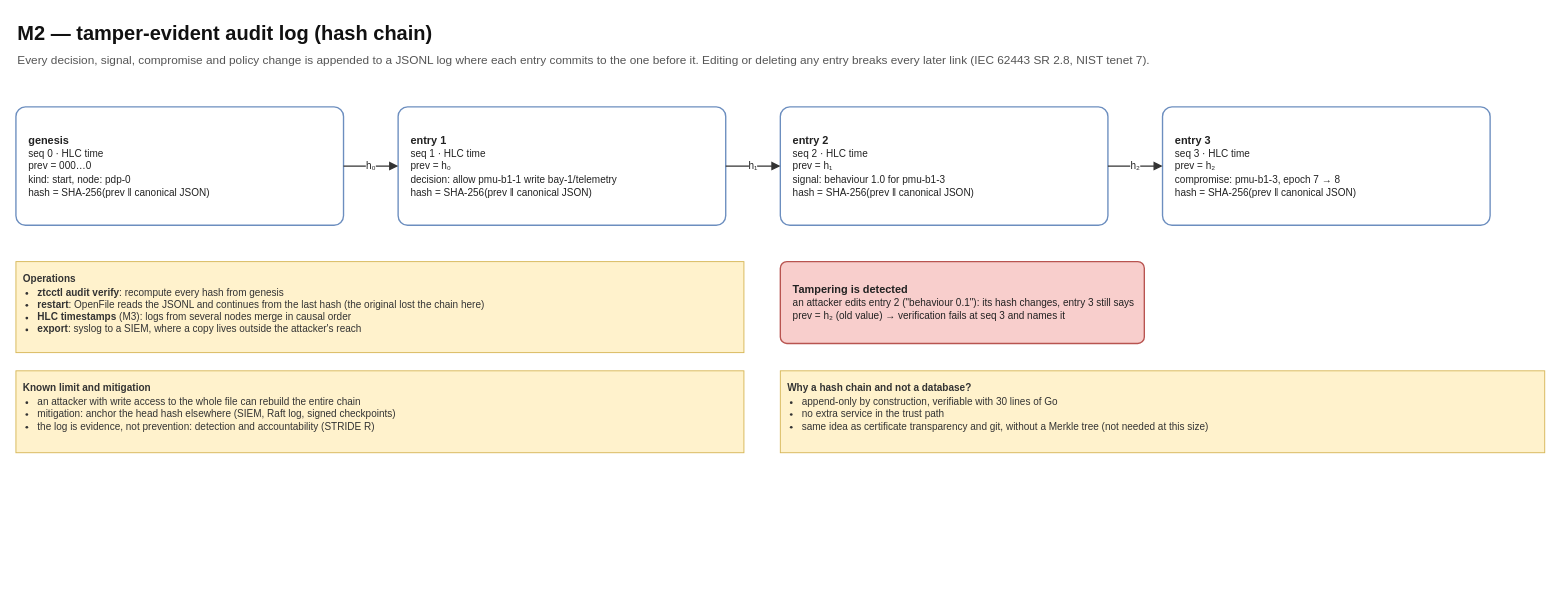
This is page "Audit log" (3 of 3) of Docs/diagrams/07-m2-fog-telemetry-ids.drawio from philipfleischer/zero-trust-continuum, a draw.io file, before an edit. Source tidied: cells renumbered, new cells numbered last; positions are measured from the earlier drawing's top-left corner, leaving out a move shared by most shapes. Both pictures are drawn from the tidied source at 91%, with x=0, y=0 at pixel (15, 15).
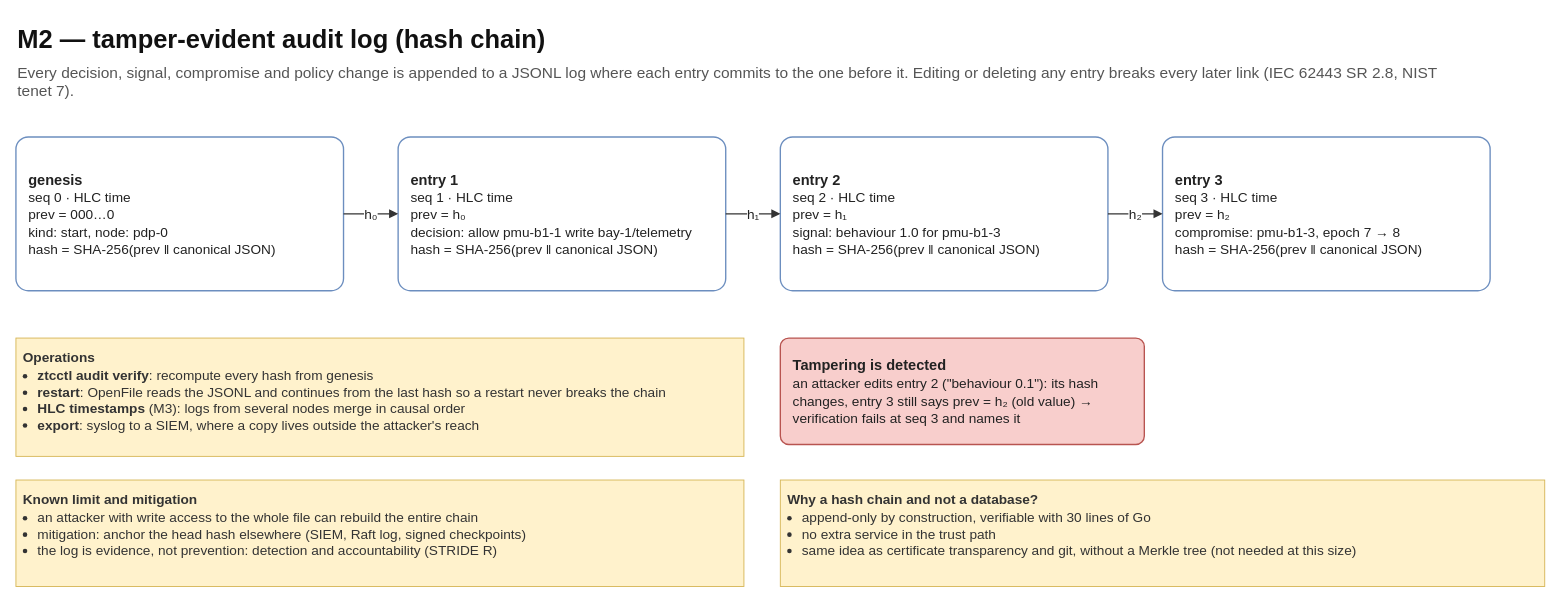
The same diagram, later.

The edit, as a diff of the source:
```diff
@@
 <mxGraphModel background="#FFFFFF">
   <root>
     <mxCell id="0" />
     <mxCell id="1" parent="0" />
-    <mxCell id="2" value="M2 — tamper-evident audit log (hash chain)" style="whiteSpace=wrap;html=1;fontFamily=Helvetica;text;align=left;verticalAlign=top;fontSize=22;fontStyle=1;fontColor=#111111;" parent="1" vertex="1">
-      <mxGeometry width="1600" height="32" as="geometry" />
+    <mxCell id="2" value="M2 — tamper-evident audit log (hash chain)" style="whiteSpace=wrap;html=1;fontFamily=Helvetica;text;align=left;verticalAlign=top;fontSize=28;fontStyle=1;fontColor=#111111;" parent="1" vertex="1">
+      <mxGeometry y="3" width="1600" height="41.6" as="geometry" />
     </mxCell>
-    <mxCell id="3" value="Every decision, signal, compromise and policy change is appended to a JSONL log where each entry commits to the one before it. Editing or deleting any entry breaks every later link (IEC 62443 SR 2.8, NIST tenet 7)." style="whiteSpace=wrap;html=1;fontFamily=Helvetica;text;align=left;verticalAlign=top;fontSize=13;fontColor=#555555;" parent="1" vertex="1">
-      <mxGeometry y="34" width="1600" height="34" as="geometry" />
+    <mxCell id="3" value="Every decision, signal, compromise and policy change is appended to a JSONL log where each entry commits to the one before it. Editing or deleting any entry breaks every later link (IEC 62443 SR 2.8, NIST tenet 7)." style="whiteSpace=wrap;html=1;fontFamily=Helvetica;text;align=left;verticalAlign=top;fontSize=17;fontColor=#555555;" parent="1" vertex="1">
+      <mxGeometry y="47.2" width="1600" height="44.2" as="geometry" />
     </mxCell>
-    <mxCell id="4" value="&lt;b&gt;genesis&lt;/b&gt;&lt;br&gt;&lt;span style=&quot;font-size:11px&quot;&gt;seq 0 · HLC time&lt;br&gt;prev = 000…0&lt;br&gt;kind: start, node: pdp-0&lt;br&gt;hash = SHA-256(prev ‖ canonical JSON)&lt;/span&gt;" style="whiteSpace=wrap;html=1;fontFamily=Helvetica;rounded=1;arcSize=8;fillColor=#ffffff;strokeColor=#6c8ebf;strokeWidth=1.5;fontSize=12;fontColor=#222222;verticalAlign=middle;spacing=4;align=left;spacingLeft=10;" parent="1" vertex="1">
-      <mxGeometry y="100" width="360" height="130" as="geometry" />
+    <mxCell id="4" value="&lt;b&gt;genesis&lt;/b&gt;&lt;br&gt;&lt;span style=&quot;font-size:15px&quot;&gt;seq 0 · HLC time&lt;br&gt;prev = 000…0&lt;br&gt;kind: start, node: pdp-0&lt;br&gt;hash = SHA-256(prev ‖ canonical JSON)&lt;/span&gt;" style="whiteSpace=wrap;html=1;fontFamily=Helvetica;rounded=1;arcSize=8;fillColor=#ffffff;strokeColor=#6c8ebf;strokeWidth=1.5;fontSize=16;fontColor=#222222;verticalAlign=middle;spacing=4;align=left;spacingLeft=10;" parent="1" vertex="1">
+      <mxGeometry y="133" width="360" height="169" as="geometry" />
     </mxCell>
-    <mxCell id="5" value="&lt;b&gt;entry 1&lt;/b&gt;&lt;br&gt;&lt;span style=&quot;font-size:11px&quot;&gt;seq 1 · HLC time&lt;br&gt;prev = h₀&lt;br&gt;decision: allow pmu-b1-1 write bay-1/telemetry&lt;br&gt;hash = SHA-256(prev ‖ canonical JSON)&lt;/span&gt;" style="whiteSpace=wrap;html=1;fontFamily=Helvetica;rounded=1;arcSize=8;fillColor=#ffffff;strokeColor=#6c8ebf;strokeWidth=1.5;fontSize=12;fontColor=#222222;verticalAlign=middle;spacing=4;align=left;spacingLeft=10;" parent="1" vertex="1">
-      <mxGeometry x="420" y="100" width="360" height="130" as="geometry" />
+    <mxCell id="5" value="&lt;b&gt;entry 1&lt;/b&gt;&lt;br&gt;&lt;span style=&quot;font-size:15px&quot;&gt;seq 1 · HLC time&lt;br&gt;prev = h₀&lt;br&gt;decision: allow pmu-b1-1 write bay-1/telemetry&lt;br&gt;hash = SHA-256(prev ‖ canonical JSON)&lt;/span&gt;" style="whiteSpace=wrap;html=1;fontFamily=Helvetica;rounded=1;arcSize=8;fillColor=#ffffff;strokeColor=#6c8ebf;strokeWidth=1.5;fontSize=16;fontColor=#222222;verticalAlign=middle;spacing=4;align=left;spacingLeft=10;" parent="1" vertex="1">
+      <mxGeometry x="420" y="133" width="360" height="169" as="geometry" />
     </mxCell>
-    <mxCell id="6" value="h₀" style="html=1;endArrow=block;endFill=1;strokeWidth=1.5;fontSize=11;labelBackgroundColor=#ffffff;fontFamily=Helvetica;strokeColor=#333333;fontColor=#222222;" parent="1" edge="1" source="4" target="5">
+    <mxCell id="6" value="h₀" style="html=1;endArrow=block;endFill=1;strokeWidth=1.5;fontSize=15;labelBackgroundColor=#ffffff;fontFamily=Helvetica;strokeColor=#333333;fontColor=#222222;" parent="1" edge="1" source="4" target="5">
       <mxGeometry relative="1" as="geometry" />
     </mxCell>
-    <mxCell id="7" value="&lt;b&gt;entry 2&lt;/b&gt;&lt;br&gt;&lt;span style=&quot;font-size:11px&quot;&gt;seq 2 · HLC time&lt;br&gt;prev = h₁&lt;br&gt;signal: behaviour 1.0 for pmu-b1-3&lt;br&gt;hash = SHA-256(prev ‖ canonical JSON)&lt;/span&gt;" style="whiteSpace=wrap;html=1;fontFamily=Helvetica;rounded=1;arcSize=8;fillColor=#ffffff;strokeColor=#6c8ebf;strokeWidth=1.5;fontSize=12;fontColor=#222222;verticalAlign=middle;spacing=4;align=left;spacingLeft=10;" parent="1" vertex="1">
-      <mxGeometry x="840" y="100" width="360" height="130" as="geometry" />
+    <mxCell id="7" value="&lt;b&gt;entry 2&lt;/b&gt;&lt;br&gt;&lt;span style=&quot;font-size:15px&quot;&gt;seq 2 · HLC time&lt;br&gt;prev = h₁&lt;br&gt;signal: behaviour 1.0 for pmu-b1-3&lt;br&gt;hash = SHA-256(prev ‖ canonical JSON)&lt;/span&gt;" style="whiteSpace=wrap;html=1;fontFamily=Helvetica;rounded=1;arcSize=8;fillColor=#ffffff;strokeColor=#6c8ebf;strokeWidth=1.5;fontSize=16;fontColor=#222222;verticalAlign=middle;spacing=4;align=left;spacingLeft=10;" parent="1" vertex="1">
+      <mxGeometry x="840" y="133" width="360" height="169" as="geometry" />
     </mxCell>
-    <mxCell id="8" value="h₁" style="html=1;endArrow=block;endFill=1;strokeWidth=1.5;fontSize=11;labelBackgroundColor=#ffffff;fontFamily=Helvetica;strokeColor=#333333;fontColor=#222222;" parent="1" edge="1" source="5" target="7">
+    <mxCell id="8" value="h₁" style="html=1;endArrow=block;endFill=1;strokeWidth=1.5;fontSize=15;labelBackgroundColor=#ffffff;fontFamily=Helvetica;strokeColor=#333333;fontColor=#222222;" parent="1" edge="1" source="5" target="7">
       <mxGeometry relative="1" as="geometry" />
     </mxCell>
-    <mxCell id="9" value="&lt;b&gt;entry 3&lt;/b&gt;&lt;br&gt;&lt;span style=&quot;font-size:11px&quot;&gt;seq 3 · HLC time&lt;br&gt;prev = h₂&lt;br&gt;compromise: pmu-b1-3, epoch 7 → 8&lt;br&gt;hash = SHA-256(prev ‖ canonical JSON)&lt;/span&gt;" style="whiteSpace=wrap;html=1;fontFamily=Helvetica;rounded=1;arcSize=8;fillColor=#ffffff;strokeColor=#6c8ebf;strokeWidth=1.5;fontSize=12;fontColor=#222222;verticalAlign=middle;spacing=4;align=left;spacingLeft=10;" parent="1" vertex="1">
-      <mxGeometry x="1260" y="100" width="360" height="130" as="geometry" />
+    <mxCell id="9" value="&lt;b&gt;entry 3&lt;/b&gt;&lt;br&gt;&lt;span style=&quot;font-size:15px&quot;&gt;seq 3 · HLC time&lt;br&gt;prev = h₂&lt;br&gt;compromise: pmu-b1-3, epoch 7 → 8&lt;br&gt;hash = SHA-256(prev ‖ canonical JSON)&lt;/span&gt;" style="whiteSpace=wrap;html=1;fontFamily=Helvetica;rounded=1;arcSize=8;fillColor=#ffffff;strokeColor=#6c8ebf;strokeWidth=1.5;fontSize=16;fontColor=#222222;verticalAlign=middle;spacing=4;align=left;spacingLeft=10;" parent="1" vertex="1">
+      <mxGeometry x="1260" y="133" width="360" height="169" as="geometry" />
     </mxCell>
-    <mxCell id="10" value="h₂" style="html=1;endArrow=block;endFill=1;strokeWidth=1.5;fontSize=11;labelBackgroundColor=#ffffff;fontFamily=Helvetica;strokeColor=#333333;fontColor=#222222;" parent="1" edge="1" source="7" target="9">
+    <mxCell id="10" value="h₂" style="html=1;endArrow=block;endFill=1;strokeWidth=1.5;fontSize=15;labelBackgroundColor=#ffffff;fontFamily=Helvetica;strokeColor=#333333;fontColor=#222222;" parent="1" edge="1" source="7" target="9">
       <mxGeometry relative="1" as="geometry" />
     </mxCell>
-    <mxCell id="11" value="&lt;b&gt;Tampering is detected&lt;/b&gt;&lt;br&gt;&lt;span style=&quot;font-size:11px&quot;&gt;an attacker edits entry 2 (&quot;behaviour 0.1&quot;): its hash changes, entry 3 still says prev = h₂ (old value) → verification fails at seq 3 and names it&lt;/span&gt;" style="whiteSpace=wrap;html=1;fontFamily=Helvetica;rounded=1;arcSize=8;fillColor=#f8cecc;strokeColor=#b85450;strokeWidth=1.5;fontSize=12;fontColor=#222222;spacing=4;align=left;spacingLeft=10;" parent="1" vertex="1">
-      <mxGeometry x="840" y="270" width="400" height="90" as="geometry" />
+    <mxCell id="11" value="&lt;b&gt;Tampering is detected&lt;/b&gt;&lt;br&gt;&lt;span style=&quot;font-size:15px&quot;&gt;an attacker edits entry 2 (&quot;behaviour 0.1&quot;): its hash changes, entry 3 still says prev = h₂ (old value) → verification fails at seq 3 and names it&lt;/span&gt;" style="whiteSpace=wrap;html=1;fontFamily=Helvetica;rounded=1;arcSize=8;fillColor=#f8cecc;strokeColor=#b85450;strokeWidth=1.5;fontSize=16;fontColor=#222222;spacing=4;align=left;spacingLeft=10;" parent="1" vertex="1">
+      <mxGeometry x="840" y="354" width="400" height="117" as="geometry" />
     </mxCell>
-    <mxCell id="12" value="&lt;b&gt;Operations&lt;/b&gt;&lt;ul style=&quot;margin:2px 0 0 0;padding-left:16px;font-size:11px&quot;&gt;&lt;li&gt;&lt;b&gt;ztcctl audit verify&lt;/b&gt;: recompute every hash from genesis&lt;/li&gt;&lt;li&gt;&lt;b&gt;restart&lt;/b&gt;: OpenFile reads the JSONL and continues from the last hash (the original lost the chain here)&lt;/li&gt;&lt;li&gt;&lt;b&gt;HLC timestamps&lt;/b&gt; (M3): logs from several nodes merge in causal order&lt;/li&gt;&lt;li&gt;&lt;b&gt;export&lt;/b&gt;: syslog to a SIEM, where a copy lives outside the attacker's reach&lt;/li&gt;&lt;/ul&gt;" style="whiteSpace=wrap;html=1;fontFamily=Helvetica;rounded=0;fillColor=#fff2cc;strokeColor=#d6b656;align=left;verticalAlign=top;spacing=8;fontSize=11;fontColor=#333333;" parent="1" vertex="1">
-      <mxGeometry y="270" width="800" height="100" as="geometry" />
+    <mxCell id="12" value="&lt;b&gt;Operations&lt;/b&gt;&lt;ul style=&quot;margin:2px 0 0 0;padding-left:16px;font-size:15px&quot;&gt;&lt;li&gt;&lt;b&gt;ztcctl audit verify&lt;/b&gt;: recompute every hash from genesis&lt;/li&gt;&lt;li&gt;&lt;b&gt;restart&lt;/b&gt;: OpenFile reads the JSONL and continues from the last hash so a restart never breaks the chain&lt;/li&gt;&lt;li&gt;&lt;b&gt;HLC timestamps&lt;/b&gt; (M3): logs from several nodes merge in causal order&lt;/li&gt;&lt;li&gt;&lt;b&gt;export&lt;/b&gt;: syslog to a SIEM, where a copy lives outside the attacker's reach&lt;/li&gt;&lt;/ul&gt;" style="whiteSpace=wrap;html=1;fontFamily=Helvetica;rounded=0;fillColor=#fff2cc;strokeColor=#d6b656;align=left;verticalAlign=top;spacing=8;fontSize=15;fontColor=#333333;" parent="1" vertex="1">
+      <mxGeometry y="354" width="800" height="130" as="geometry" />
     </mxCell>
-    <mxCell id="13" value="&lt;b&gt;Known limit and mitigation&lt;/b&gt;&lt;ul style=&quot;margin:2px 0 0 0;padding-left:16px;font-size:11px&quot;&gt;&lt;li&gt;an attacker with write access to the whole file can rebuild the entire chain&lt;/li&gt;&lt;li&gt;mitigation: anchor the head hash elsewhere (SIEM, Raft log, signed checkpoints)&lt;/li&gt;&lt;li&gt;the log is evidence, not prevention: detection and accountability (STRIDE R)&lt;/li&gt;&lt;/ul&gt;" style="whiteSpace=wrap;html=1;fontFamily=Helvetica;rounded=0;fillColor=#fff2cc;strokeColor=#d6b656;align=left;verticalAlign=top;spacing=8;fontSize=11;fontColor=#333333;" parent="1" vertex="1">
-      <mxGeometry y="390" width="800" height="90" as="geometry" />
+    <mxCell id="13" value="&lt;b&gt;Known limit and mitigation&lt;/b&gt;&lt;ul style=&quot;margin:2px 0 0 0;padding-left:16px;font-size:15px&quot;&gt;&lt;li&gt;an attacker with write access to the whole file can rebuild the entire chain&lt;/li&gt;&lt;li&gt;mitigation: anchor the head hash elsewhere (SIEM, Raft log, signed checkpoints)&lt;/li&gt;&lt;li&gt;the log is evidence, not prevention: detection and accountability (STRIDE R)&lt;/li&gt;&lt;/ul&gt;" style="whiteSpace=wrap;html=1;fontFamily=Helvetica;rounded=0;fillColor=#fff2cc;strokeColor=#d6b656;align=left;verticalAlign=top;spacing=8;fontSize=15;fontColor=#333333;" parent="1" vertex="1">
+      <mxGeometry y="510" width="800" height="117" as="geometry" />
     </mxCell>
-    <mxCell id="14" value="&lt;b&gt;Why a hash chain and not a database?&lt;/b&gt;&lt;ul style=&quot;margin:2px 0 0 0;padding-left:16px;font-size:11px&quot;&gt;&lt;li&gt;append-only by construction, verifiable with 30 lines of Go&lt;/li&gt;&lt;li&gt;no extra service in the trust path&lt;/li&gt;&lt;li&gt;same idea as certificate transparency and git, without a Merkle tree (not needed at this size)&lt;/li&gt;&lt;/ul&gt;" style="whiteSpace=wrap;html=1;fontFamily=Helvetica;rounded=0;fillColor=#fff2cc;strokeColor=#d6b656;align=left;verticalAlign=top;spacing=8;fontSize=11;fontColor=#333333;" parent="1" vertex="1">
-      <mxGeometry x="840" y="390" width="840" height="90" as="geometry" />
+    <mxCell id="14" value="&lt;b&gt;Why a hash chain and not a database?&lt;/b&gt;&lt;ul style=&quot;margin:2px 0 0 0;padding-left:16px;font-size:15px&quot;&gt;&lt;li&gt;append-only by construction, verifiable with 30 lines of Go&lt;/li&gt;&lt;li&gt;no extra service in the trust path&lt;/li&gt;&lt;li&gt;same idea as certificate transparency and git, without a Merkle tree (not needed at this size)&lt;/li&gt;&lt;/ul&gt;" style="whiteSpace=wrap;html=1;fontFamily=Helvetica;rounded=0;fillColor=#fff2cc;strokeColor=#d6b656;align=left;verticalAlign=top;spacing=8;fontSize=15;fontColor=#333333;" parent="1" vertex="1">
+      <mxGeometry x="840" y="510" width="840" height="117" as="geometry" />
     </mxCell>
   </root>
 </mxGraphModel>
```
